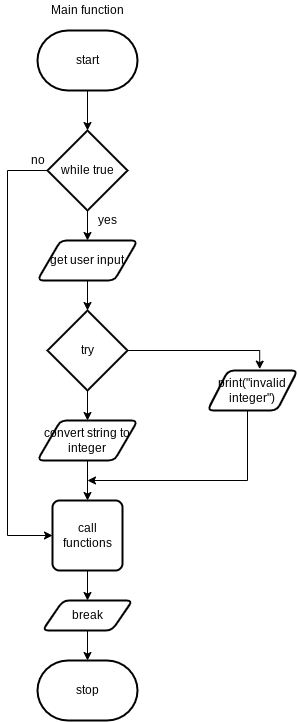
Earlier version of the draw.io export design/function.png (zaida-hammmel2108/ICS3U-Assignment-6-Python). Source tidied: cells renumbered, new cells last; positions are measured from the earlier drawing's top-left corner, leaving out a move shared by most shapes.
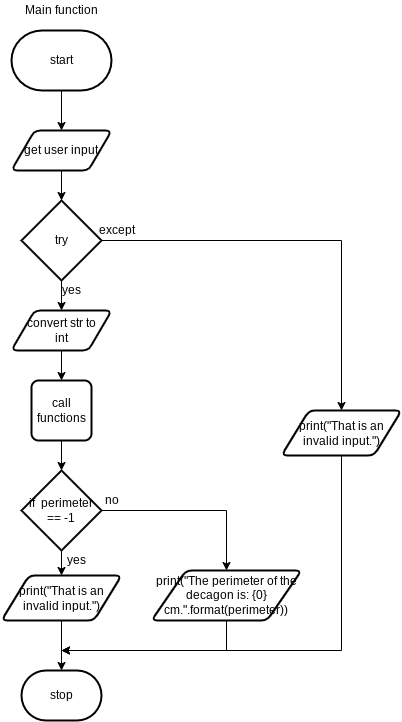
Above is the later version.

Change to the diagram source:
```diff
@@ -10,85 +10,93 @@
     <mxCell id="3" value="start" style="strokeWidth=2;html=1;shape=mxgraph.flowchart.terminator;whiteSpace=wrap;" parent="1" vertex="1">
       <mxGeometry x="30" y="30" width="100" height="60" as="geometry" />
     </mxCell>
-    <mxCell id="4" style="edgeStyle=orthogonalEdgeStyle;html=1;entryX=0;entryY=0.5;entryDx=0;entryDy=0;entryPerimeter=0;strokeColor=none;rounded=0;" parent="1" edge="1">
-      <mxGeometry relative="1" as="geometry">
-        <mxPoint x="133.9" y="525" as="sourcePoint" />
-        <mxPoint x="205" y="470" as="targetPoint" />
-      </mxGeometry>
-    </mxCell>
     <mxCell id="5" value="stop" style="strokeWidth=2;html=1;shape=mxgraph.flowchart.terminator;whiteSpace=wrap;" parent="1" vertex="1">
-      <mxGeometry x="30" y="660" width="100" height="60" as="geometry" />
+      <mxGeometry x="40" y="670" width="80" height="50" as="geometry" />
     </mxCell>
     <mxCell id="6" value="Main function" style="text;html=1;align=center;verticalAlign=middle;strokeColor=none;fillColor=none;" parent="1" vertex="1">
       <mxGeometry x="35" width="90" height="20" as="geometry" />
     </mxCell>
-    <mxCell id="7" style="edgeStyle=none;html=1;" parent="1" edge="1" source="9" target="11">
-      <mxGeometry relative="1" as="geometry" />
-    </mxCell>
-    <mxCell id="8" style="edgeStyle=orthogonalEdgeStyle;rounded=0;html=1;entryX=0;entryY=0.5;entryDx=0;entryDy=0;" parent="1" edge="1" source="9" target="21">
-      <mxGeometry relative="1" as="geometry">
-        <Array as="points">
-          <mxPoint y="170" />
-          <mxPoint y="535" />
-        </Array>
-      </mxGeometry>
-    </mxCell>
-    <mxCell id="9" value="while true" style="strokeWidth=2;html=1;shape=mxgraph.flowchart.decision;whiteSpace=wrap;" parent="1" vertex="1">
-      <mxGeometry x="40" y="130" width="80" height="80" as="geometry" />
-    </mxCell>
-    <mxCell id="10" style="edgeStyle=none;html=1;" parent="1" edge="1" source="11" target="15">
-      <mxGeometry relative="1" as="geometry" />
-    </mxCell>
-    <mxCell id="11" value="get user input" style="shape=parallelogram;html=1;strokeWidth=2;perimeter=parallelogramPerimeter;whiteSpace=wrap;rounded=1;arcSize=12;size=0.23;" parent="1" vertex="1">
-      <mxGeometry x="30" y="240" width="100" height="40" as="geometry" />
-    </mxCell>
-    <mxCell id="12" value="yes" style="text;html=1;align=center;verticalAlign=middle;strokeColor=none;fillColor=none;" parent="1" vertex="1">
-      <mxGeometry x="85" y="210" width="30" height="20" as="geometry" />
-    </mxCell>
-    <mxCell id="13" style="edgeStyle=none;html=1;" parent="1" edge="1" source="15" target="17">
-      <mxGeometry relative="1" as="geometry" />
-    </mxCell>
-    <mxCell id="14" style="edgeStyle=orthogonalEdgeStyle;html=1;entryX=0.58;entryY=-0.034;entryDx=0;entryDy=0;entryPerimeter=0;rounded=0;" parent="1" edge="1" source="15" target="19">
-      <mxGeometry relative="1" as="geometry">
-        <Array as="points">
-          <mxPoint x="252" y="350" />
-        </Array>
-      </mxGeometry>
-    </mxCell>
+    <mxCell id="25" style="edgeStyle=none;html=1;entryX=0.5;entryY=0;entryDx=0;entryDy=0;entryPerimeter=0;" parent="1" edge="1" source="23" target="15">
+      <mxGeometry relative="1" as="geometry" />
+    </mxCell>
+    <mxCell id="23" value="get user input" style="shape=parallelogram;html=1;strokeWidth=2;perimeter=parallelogramPerimeter;whiteSpace=wrap;rounded=1;arcSize=12;size=0.23;" parent="1" vertex="1">
+      <mxGeometry x="30" y="130" width="100" height="40" as="geometry" />
+    </mxCell>
+    <mxCell id="26" style="edgeStyle=none;html=1;entryX=0.5;entryY=0;entryDx=0;entryDy=0;" parent="1" edge="1" source="15" target="29">
+      <mxGeometry relative="1" as="geometry" />
+    </mxCell>
+    <mxCell id="27" style="edgeStyle=orthogonalEdgeStyle;rounded=0;html=1;" parent="1" edge="1" source="15">
+      <mxGeometry relative="1" as="geometry">
+        <mxPoint x="360" y="410" as="targetPoint" />
+        <Array as="points">
+          <mxPoint x="360" y="240" />
+          <mxPoint x="360" y="410" />
+        </Array>
+      </mxGeometry>
+    </mxCell>
     <mxCell id="15" value="try" style="strokeWidth=2;html=1;shape=mxgraph.flowchart.decision;whiteSpace=wrap;" parent="1" vertex="1">
-      <mxGeometry x="40" y="310" width="80" height="80" as="geometry" />
+      <mxGeometry x="40" y="200" width="80" height="80" as="geometry" />
     </mxCell>
-    <mxCell id="16" style="edgeStyle=orthogonalEdgeStyle;rounded=0;html=1;" parent="1" edge="1" source="17" target="21">
-      <mxGeometry relative="1" as="geometry" />
-    </mxCell>
-    <mxCell id="17" value="convert string to integer" style="shape=parallelogram;html=1;strokeWidth=2;perimeter=parallelogramPerimeter;whiteSpace=wrap;rounded=1;arcSize=12;size=0.23;" parent="1" vertex="1">
-      <mxGeometry x="30" y="420" width="100" height="40" as="geometry" />
-    </mxCell>
-    <mxCell id="18" style="edgeStyle=orthogonalEdgeStyle;rounded=0;html=1;" parent="1" edge="1" source="19">
-      <mxGeometry relative="1" as="geometry">
-        <mxPoint x="80" y="480" as="targetPoint" />
-        <Array as="points">
-          <mxPoint x="240" y="480" />
-        </Array>
-      </mxGeometry>
-    </mxCell>
-    <mxCell id="19" value="print(&quot;invalid integer&quot;)" style="shape=parallelogram;html=1;strokeWidth=2;perimeter=parallelogramPerimeter;whiteSpace=wrap;rounded=1;arcSize=12;size=0.23;" parent="1" vertex="1">
-      <mxGeometry x="200" y="370" width="90" height="40" as="geometry" />
-    </mxCell>
-    <mxCell id="20" style="edgeStyle=none;html=1;entryX=0.5;entryY=0;entryDx=0;entryDy=0;" parent="1" edge="1" source="21" target="24">
-      <mxGeometry relative="1" as="geometry" />
-    </mxCell>
+    <mxCell id="28" style="edgeStyle=none;html=1;entryX=0.5;entryY=0;entryDx=0;entryDy=0;" parent="1" edge="1" source="29" target="21">
+      <mxGeometry relative="1" as="geometry" />
+    </mxCell>
+    <mxCell id="29" value="convert str to &lt;br&gt;int" style="shape=parallelogram;html=1;strokeWidth=2;perimeter=parallelogramPerimeter;whiteSpace=wrap;rounded=1;arcSize=12;size=0.23;" parent="1" vertex="1">
+      <mxGeometry x="30" y="310" width="100" height="40" as="geometry" />
+    </mxCell>
+    <mxCell id="30" style="edgeStyle=none;html=1;entryX=0.5;entryY=0;entryDx=0;entryDy=0;entryPerimeter=0;" parent="1" edge="1" source="21" target="33">
+      <mxGeometry relative="1" as="geometry" />
+    </mxCell>
     <mxCell id="21" value="call functions" style="rounded=1;whiteSpace=wrap;html=1;absoluteArcSize=1;arcSize=14;strokeWidth=2;" parent="1" vertex="1">
-      <mxGeometry x="45" y="500" width="70" height="70" as="geometry" />
+      <mxGeometry x="50" y="380" width="60" height="60" as="geometry" />
     </mxCell>
+    <mxCell id="31" style="edgeStyle=none;html=1;entryX=0.5;entryY=0;entryDx=0;entryDy=0;" parent="1" edge="1" source="33" target="35">
+      <mxGeometry relative="1" as="geometry" />
+    </mxCell>
+    <mxCell id="32" style="edgeStyle=orthogonalEdgeStyle;html=1;entryX=0.5;entryY=0;entryDx=0;entryDy=0;rounded=0;" parent="1" edge="1" source="33" target="38">
+      <mxGeometry relative="1" as="geometry" />
+    </mxCell>
+    <mxCell id="33" value="if&amp;nbsp; perimeter == -1" style="strokeWidth=2;html=1;shape=mxgraph.flowchart.decision;whiteSpace=wrap;" parent="1" vertex="1">
+      <mxGeometry x="40" y="470" width="80" height="80" as="geometry" />
+    </mxCell>
+    <mxCell id="34" style="edgeStyle=none;html=1;entryX=0.5;entryY=0;entryDx=0;entryDy=0;entryPerimeter=0;" parent="1" edge="1" source="35" target="5">
+      <mxGeometry relative="1" as="geometry" />
+    </mxCell>
+    <mxCell id="35" value="print(&quot;That is an invalid input.&quot;)" style="shape=parallelogram;html=1;strokeWidth=2;perimeter=parallelogramPerimeter;whiteSpace=wrap;rounded=1;arcSize=12;size=0.23;" parent="1" vertex="1">
+      <mxGeometry x="20" y="575" width="120" height="45" as="geometry" />
+    </mxCell>
+    <mxCell id="36" value="yes" style="text;html=1;align=center;verticalAlign=middle;strokeColor=none;fillColor=none;" parent="1" vertex="1">
+      <mxGeometry x="80" y="550" width="30" height="20" as="geometry" />
+    </mxCell>
+    <mxCell id="37" style="edgeStyle=orthogonalEdgeStyle;rounded=0;html=1;" parent="1" edge="1" source="38">
+      <mxGeometry relative="1" as="geometry">
+        <mxPoint x="80" y="650" as="targetPoint" />
+        <Array as="points">
+          <mxPoint x="245" y="650" />
+        </Array>
+      </mxGeometry>
+    </mxCell>
+    <mxCell id="38" value="print(&quot;The perimeter of the decagon is: {0} cm.&quot;.format(perimeter))" style="shape=parallelogram;html=1;strokeWidth=2;perimeter=parallelogramPerimeter;whiteSpace=wrap;rounded=1;arcSize=12;size=0.23;" parent="1" vertex="1">
+      <mxGeometry x="170" y="570" width="150" height="50" as="geometry" />
+    </mxCell>
     <mxCell id="22" value="no" style="text;html=1;align=center;verticalAlign=middle;strokeColor=none;fillColor=none;" parent="1" vertex="1">
-      <mxGeometry x="15" y="150" width="30" height="20" as="geometry" />
+      <mxGeometry x="115" y="490" width="30" height="20" as="geometry" />
     </mxCell>
-    <mxCell id="23" style="edgeStyle=none;html=1;entryX=0.5;entryY=0;entryDx=0;entryDy=0;entryPerimeter=0;" parent="1" edge="1" source="24" target="5">
-      <mxGeometry relative="1" as="geometry" />
-    </mxCell>
-    <mxCell id="24" value="break" style="shape=parallelogram;html=1;strokeWidth=2;perimeter=parallelogramPerimeter;whiteSpace=wrap;rounded=1;arcSize=12;size=0.23;" parent="1" vertex="1">
-      <mxGeometry x="35" y="600" width="90" height="30" as="geometry" />
-    </mxCell>
+    <mxCell id="39" style="edgeStyle=orthogonalEdgeStyle;rounded=0;html=1;" parent="1" edge="1" source="40">
+      <mxGeometry relative="1" as="geometry">
+        <mxPoint x="80" y="650" as="targetPoint" />
+        <Array as="points">
+          <mxPoint x="360" y="650" />
+        </Array>
+      </mxGeometry>
+    </mxCell>
+    <mxCell id="40" value="print(&quot;That is an invalid input.&quot;)" style="shape=parallelogram;html=1;strokeWidth=2;perimeter=parallelogramPerimeter;whiteSpace=wrap;rounded=1;arcSize=12;size=0.23;" parent="1" vertex="1">
+      <mxGeometry x="300" y="410" width="120" height="45" as="geometry" />
+    </mxCell>
+    <mxCell id="41" value="yes" style="text;html=1;align=center;verticalAlign=middle;strokeColor=none;fillColor=none;" parent="1" vertex="1">
+      <mxGeometry x="75" y="280" width="30" height="20" as="geometry" />
+    </mxCell>
+    <mxCell id="42" value="except" style="text;html=1;align=center;verticalAlign=middle;strokeColor=none;fillColor=none;" parent="1" vertex="1">
+      <mxGeometry x="110" y="220" width="50" height="20" as="geometry" />
+    </mxCell>
   </root>
 </mxGraphModel>
```
